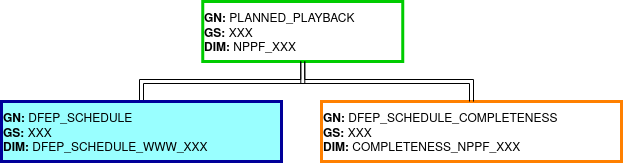
Earlier version of the draw.io export doc/fig/structure_ingestion_dfep_schedule.png (Daniel-Brosnan-Blazquez/s2boa). Source tidied: cells renumbered, new cells last; positions are measured from the earlier drawing's top-left corner, leaving out a move shared by most shapes.
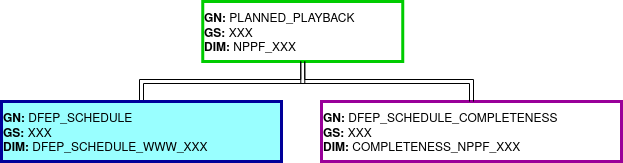
Above is the later version.

The edit, as a diff of the source:
```diff
@@ -11,7 +11,7 @@
     <mxCell id="4" value="&lt;div&gt;&lt;b&gt;GN:&lt;/b&gt; DFEP_SCHEDULE&lt;/div&gt;&lt;div&gt;&lt;b&gt;GS:&lt;/b&gt; XXX&lt;/div&gt;&lt;div&gt;&lt;b&gt;DIM: &lt;/b&gt;DFEP_SCHEDULE_WWW_XXX&lt;br&gt;&lt;/div&gt;" style="rounded=0;whiteSpace=wrap;html=1;align=left;strokeColor=#000099;strokeWidth=3;fillColor=#99FFFF;" parent="1" vertex="1">
       <mxGeometry y="100" width="280" height="60" as="geometry" />
     </mxCell>
-    <mxCell id="5" value="&lt;div&gt;&lt;b&gt;GN:&lt;/b&gt; DFEP_SCHEDULE_COMPLETENESS&lt;/div&gt;&lt;div&gt;&lt;b&gt;GS:&lt;/b&gt; XXX&lt;/div&gt;&lt;div&gt;&lt;b&gt;DIM:&lt;/b&gt; COMPLETENESS_NPPF_XXX&lt;br&gt;&lt;/div&gt;" style="rounded=0;whiteSpace=wrap;html=1;align=left;strokeWidth=3;fillColor=#FFFFFF;strokeColor=#FF8000;" parent="1" vertex="1">
+    <mxCell id="5" value="&lt;div&gt;&lt;b&gt;GN:&lt;/b&gt; DFEP_SCHEDULE_COMPLETENESS&lt;/div&gt;&lt;div&gt;&lt;b&gt;GS:&lt;/b&gt; XXX&lt;/div&gt;&lt;div&gt;&lt;b&gt;DIM:&lt;/b&gt; COMPLETENESS_NPPF_XXX&lt;br&gt;&lt;/div&gt;" style="rounded=0;whiteSpace=wrap;html=1;align=left;strokeWidth=3;fillColor=#FFFFFF;strokeColor=#990099;" parent="1" vertex="1">
       <mxGeometry x="320" y="100" width="300" height="60" as="geometry" />
     </mxCell>
     <mxCell id="6" style="edgeStyle=orthogonalEdgeStyle;shape=link;rounded=0;jettySize=auto;html=1;exitX=0.5;exitY=0;exitDx=0;exitDy=0;entryX=0.5;entryY=1;entryDx=0;entryDy=0;" parent="1" edge="1" source="5" target="2">
```
